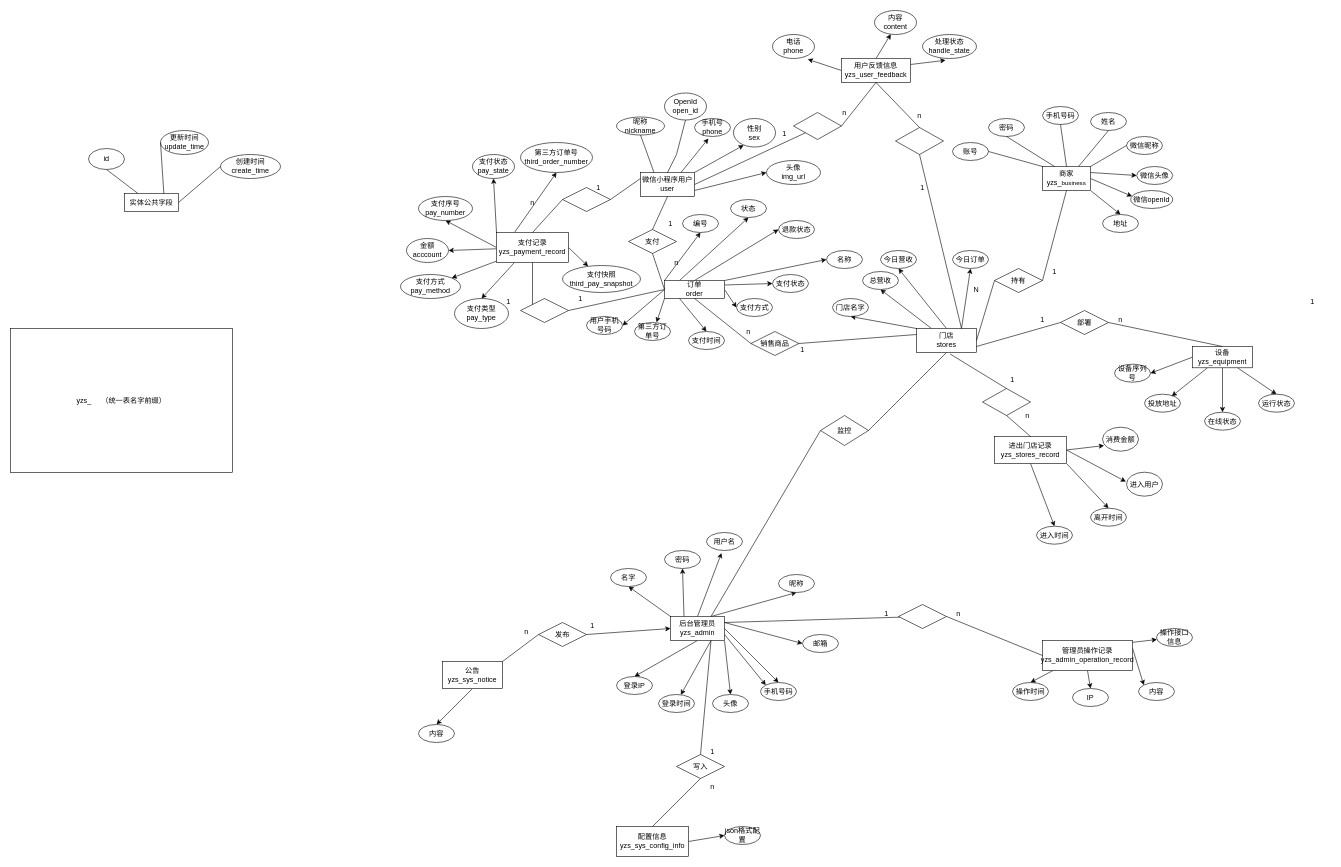
Above: 云值守.drawio in hxb-qwe/yunzhishou (draw.io), before the change. Source tidied: cells renumbered, new cells numbered last; positions are measured from the earlier drawing's top-left corner, leaving out a move shared by most shapes. Both pictures are drawn from the tidied source at 60%, with x=0, y=0 at pixel (10, 10).
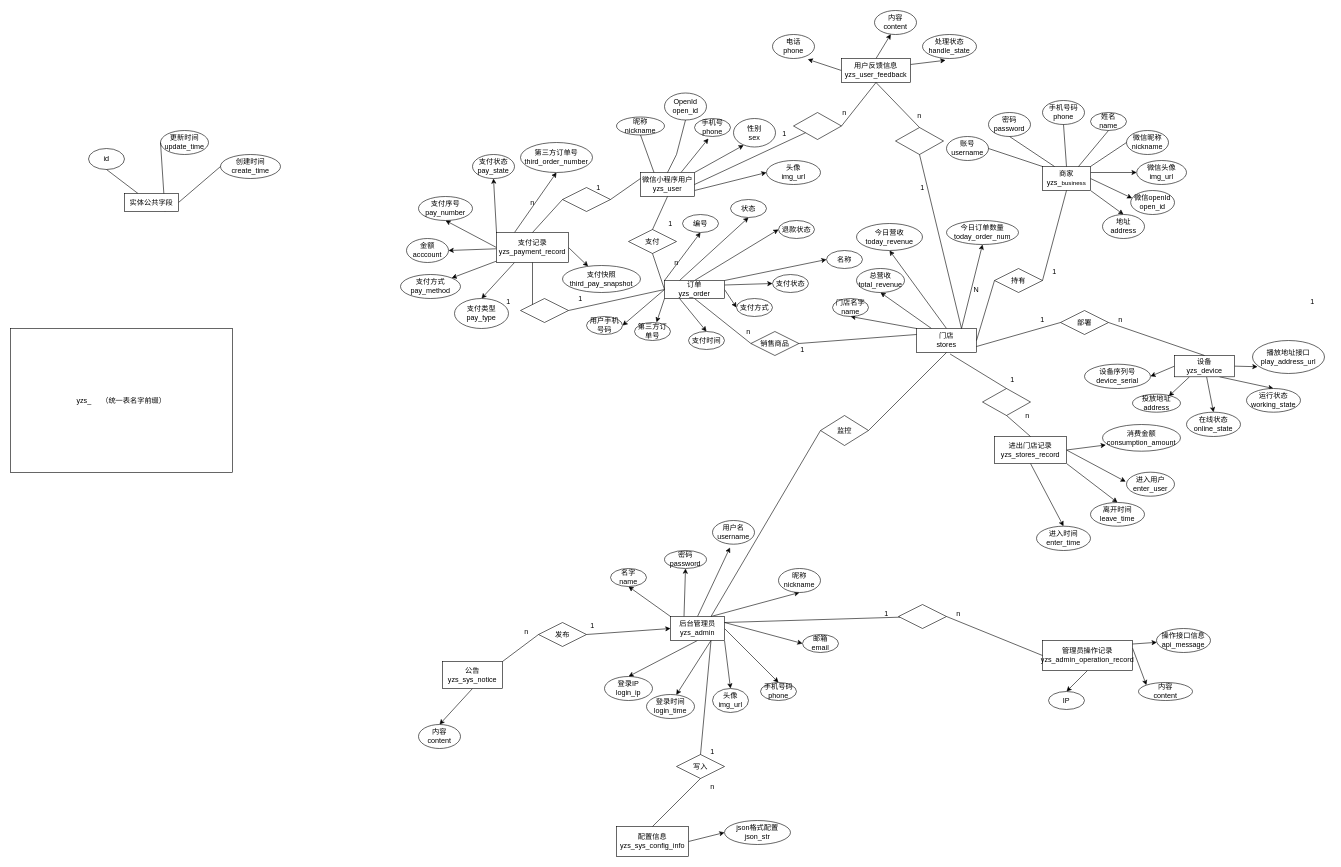
Above is the later version.

Commit message (it also covers changes not shown here):
更新云值守.drawio

Unchanged cells that the change refers to:
```xml
<mxCell id="66" value="后台管理员&lt;br&gt;yzs_admin" style="rounded=0;whiteSpace=wrap;html=1;" parent="1" vertex="1">
  <mxGeometry x="1100" y="1010" width="90" height="40" as="geometry" />
</mxCell>
```

Change to the diagram source:
```diff
@@
-    <mxCell id="5" value="微信小程序用户&lt;br&gt;user" style="rounded=0;whiteSpace=wrap;html=1;" parent="1" vertex="1">
+    <mxCell id="5" value="微信小程序用户&lt;br&gt;yzs_user" style="rounded=0;whiteSpace=wrap;html=1;" parent="1" vertex="1">
       <mxGeometry x="1050" y="270" width="90" height="40" as="geometry" />
     </mxCell>
@@
+    <mxCell id="207" style="edgeStyle=none;rounded=0;jettySize=auto;html=1;exitX=1;exitY=0.5;exitDx=0;exitDy=0;entryX=0.07;entryY=0.795;entryDx=0;entryDy=0;entryPerimeter=0;" parent="1" edge="1" source="24" target="208">
+      <mxGeometry relative="1" as="geometry" />
+    </mxCell>
-    <mxCell id="24" value="设备&lt;br&gt;yzs_equipment" style="rounded=0;whiteSpace=wrap;html=1;" parent="1" vertex="1">
-      <mxGeometry x="1970" y="560" width="100" height="35.5" as="geometry" />
+    <mxCell id="24" value="设备&lt;br&gt;yzs_device" style="rounded=0;whiteSpace=wrap;html=1;" parent="1" vertex="1">
+      <mxGeometry x="1940" y="575" width="100" height="35.5" as="geometry" />
     </mxCell>
@@
-    <mxCell id="38" value="账号" style="ellipse;whiteSpace=wrap;html=1;" parent="1" vertex="1">
-      <mxGeometry x="1570" y="220" width="60" height="30" as="geometry" />
+    <mxCell id="38" value="账号&lt;br&gt;username" style="ellipse;whiteSpace=wrap;html=1;" parent="1" vertex="1">
+      <mxGeometry x="1560" y="210" width="70" height="40" as="geometry" />
     </mxCell>
@@
-    <mxCell id="40" value="密码" style="ellipse;whiteSpace=wrap;html=1;" parent="1" vertex="1">
-      <mxGeometry x="1630" y="180" width="60" height="30" as="geometry" />
+    <mxCell id="40" value="密码&lt;br&gt;password" style="ellipse;whiteSpace=wrap;html=1;" parent="1" vertex="1">
+      <mxGeometry x="1630" y="170" width="70" height="40" as="geometry" />
     </mxCell>
@@
-    <mxCell id="42" value="手机号码" style="ellipse;whiteSpace=wrap;html=1;" parent="1" vertex="1">
-      <mxGeometry x="1720" y="160" width="60" height="30" as="geometry" />
+    <mxCell id="42" value="手机号码&lt;br&gt;phone" style="ellipse;whiteSpace=wrap;html=1;" parent="1" vertex="1">
+      <mxGeometry x="1720" y="150" width="70" height="40" as="geometry" />
     </mxCell>
@@
-    <mxCell id="44" value="姓名" style="ellipse;whiteSpace=wrap;html=1;" parent="1" vertex="1">
+    <mxCell id="44" value="姓名&lt;br&gt;name" style="ellipse;whiteSpace=wrap;html=1;" parent="1" vertex="1">
       <mxGeometry x="1800" y="170" width="60" height="30" as="geometry" />
     </mxCell>
@@
-    <mxCell id="46" value="微信昵称" style="ellipse;whiteSpace=wrap;html=1;" parent="1" vertex="1">
-      <mxGeometry x="1860" y="210" width="60" height="30" as="geometry" />
+    <mxCell id="46" value="微信昵称&lt;br&gt;nickname" style="ellipse;whiteSpace=wrap;html=1;" parent="1" vertex="1">
+      <mxGeometry x="1860" y="200" width="70" height="40" as="geometry" />
     </mxCell>
-    <mxCell id="47" value="微信头像" style="ellipse;whiteSpace=wrap;html=1;" parent="1" vertex="1">
-      <mxGeometry x="1877" y="260" width="60" height="30" as="geometry" />
+    <mxCell id="47" value="微信头像&lt;br&gt;img_url" style="ellipse;whiteSpace=wrap;html=1;" parent="1" vertex="1">
+      <mxGeometry x="1877" y="250" width="83" height="40" as="geometry" />
     </mxCell>
-    <mxCell id="48" value="微信openId" style="ellipse;whiteSpace=wrap;html=1;" parent="1" vertex="1">
-      <mxGeometry x="1867" y="300" width="70" height="30" as="geometry" />
+    <mxCell id="48" value="微信openId&lt;br&gt;open_id" style="ellipse;whiteSpace=wrap;html=1;" parent="1" vertex="1">
+      <mxGeometry x="1867" y="300" width="73" height="40" as="geometry" />
     </mxCell>
-    <mxCell id="49" value="地址" style="ellipse;whiteSpace=wrap;html=1;" parent="1" vertex="1">
-      <mxGeometry x="1820" y="340" width="60" height="30" as="geometry" />
+    <mxCell id="49" value="地址&lt;br&gt;address" style="ellipse;whiteSpace=wrap;html=1;" parent="1" vertex="1">
+      <mxGeometry x="1820" y="340" width="70" height="40" as="geometry" />
     </mxCell>
@@
-    <mxCell id="52" value="门店名字" style="ellipse;whiteSpace=wrap;html=1;" parent="1" vertex="1">
+    <mxCell id="52" value="门店名字&lt;br&gt;name" style="ellipse;whiteSpace=wrap;html=1;" parent="1" vertex="1">
       <mxGeometry x="1370" y="480" width="60" height="30" as="geometry" />
     </mxCell>
-    <mxCell id="53" value="总营收" style="ellipse;whiteSpace=wrap;html=1;" parent="1" vertex="1">
-      <mxGeometry x="1420" y="435" width="60" height="30" as="geometry" />
+    <mxCell id="53" value="总营收&lt;br&gt;total_revenue" style="ellipse;whiteSpace=wrap;html=1;" parent="1" vertex="1">
+      <mxGeometry x="1410" y="430" width="80" height="40" as="geometry" />
     </mxCell>
-    <mxCell id="54" value="今日营收" style="ellipse;whiteSpace=wrap;html=1;" parent="1" vertex="1">
-      <mxGeometry x="1450" y="400" width="60" height="30" as="geometry" />
+    <mxCell id="54" value="今日营收&lt;br&gt;today_revenue" style="ellipse;whiteSpace=wrap;html=1;" parent="1" vertex="1">
+      <mxGeometry x="1410" y="355" width="110" height="45" as="geometry" />
     </mxCell>
-    <mxCell id="55" value="今日订单" style="ellipse;whiteSpace=wrap;html=1;" parent="1" vertex="1">
-      <mxGeometry x="1570" y="400" width="60" height="30" as="geometry" />
+    <mxCell id="55" value="今日订单数量&lt;br&gt;today_order_num" style="ellipse;whiteSpace=wrap;html=1;" parent="1" vertex="1">
+      <mxGeometry x="1560" y="350" width="120" height="40" as="geometry" />
     </mxCell>
@@
-    <mxCell id="61" style="edgeStyle=none;rounded=0;jettySize=auto;html=1;exitX=1;exitY=0.75;exitDx=0;exitDy=0;entryX=0;entryY=0;entryDx=0;entryDy=0;" parent="1" edge="1" source="66" target="71">
-      <mxGeometry relative="1" as="geometry" />
-    </mxCell>
@@
-    <mxCell id="67" value="用户名" style="ellipse;whiteSpace=wrap;html=1;" parent="1" vertex="1">
-      <mxGeometry x="1160" y="870" width="60" height="30" as="geometry" />
+    <mxCell id="67" value="用户名&lt;br&gt;username" style="ellipse;whiteSpace=wrap;html=1;" parent="1" vertex="1">
+      <mxGeometry x="1170" y="850" width="70" height="39.5" as="geometry" />
     </mxCell>
-    <mxCell id="68" value="昵称" style="ellipse;whiteSpace=wrap;html=1;" parent="1" vertex="1">
-      <mxGeometry x="1280" y="940" width="60" height="30" as="geometry" />
+    <mxCell id="68" value="昵称&lt;br&gt;nickname" style="ellipse;whiteSpace=wrap;html=1;" parent="1" vertex="1">
+      <mxGeometry x="1280" y="930" width="70" height="40" as="geometry" />
     </mxCell>
-    <mxCell id="69" value="密码" style="ellipse;whiteSpace=wrap;html=1;" parent="1" vertex="1">
-      <mxGeometry x="1090" y="900" width="60" height="30" as="geometry" />
+    <mxCell id="69" value="密码&lt;br&gt;password" style="ellipse;whiteSpace=wrap;html=1;" parent="1" vertex="1">
+      <mxGeometry x="1090" y="900" width="70" height="30" as="geometry" />
     </mxCell>
-    <mxCell id="70" value="邮箱" style="ellipse;whiteSpace=wrap;html=1;" parent="1" vertex="1">
+    <mxCell id="70" value="邮箱&lt;br&gt;email" style="ellipse;whiteSpace=wrap;html=1;" parent="1" vertex="1">
       <mxGeometry x="1320" y="1040" width="60" height="30" as="geometry" />
     </mxCell>
-    <mxCell id="71" value="手机号码" style="ellipse;whiteSpace=wrap;html=1;" parent="1" vertex="1">
+    <mxCell id="71" value="手机号码&lt;br&gt;phone" style="ellipse;whiteSpace=wrap;html=1;" parent="1" vertex="1">
       <mxGeometry x="1250" y="1120" width="60" height="30" as="geometry" />
     </mxCell>
-    <mxCell id="72" value="头像" style="ellipse;whiteSpace=wrap;html=1;" parent="1" vertex="1">
-      <mxGeometry x="1170" y="1140" width="60" height="30" as="geometry" />
+    <mxCell id="72" value="头像&lt;br&gt;img_url" style="ellipse;whiteSpace=wrap;html=1;" parent="1" vertex="1">
+      <mxGeometry x="1170" y="1130" width="60" height="40" as="geometry" />
     </mxCell>
-    <mxCell id="73" value="登录时间" style="ellipse;whiteSpace=wrap;html=1;" parent="1" vertex="1">
-      <mxGeometry x="1080" y="1140" width="60" height="30" as="geometry" />
+    <mxCell id="73" value="登录时间&lt;br&gt;login_time" style="ellipse;whiteSpace=wrap;html=1;" parent="1" vertex="1">
+      <mxGeometry x="1060" y="1140" width="80" height="40" as="geometry" />
     </mxCell>
-    <mxCell id="74" value="登录IP" style="ellipse;whiteSpace=wrap;html=1;" parent="1" vertex="1">
-      <mxGeometry x="1010" y="1110" width="60" height="30" as="geometry" />
+    <mxCell id="74" value="登录IP&lt;br&gt;login_ip" style="ellipse;whiteSpace=wrap;html=1;" parent="1" vertex="1">
+      <mxGeometry x="990" y="1110" width="80" height="40" as="geometry" />
     </mxCell>
-    <mxCell id="75" value="名字" style="ellipse;whiteSpace=wrap;html=1;" parent="1" vertex="1">
+    <mxCell id="75" value="名字&lt;br&gt;name" style="ellipse;whiteSpace=wrap;html=1;" parent="1" vertex="1">
       <mxGeometry x="1000" y="930" width="60" height="30" as="geometry" />
     </mxCell>
@@
-    <mxCell id="85" value="订单&lt;br&gt;order" style="rounded=0;whiteSpace=wrap;html=1;" parent="1" vertex="1">
+    <mxCell id="85" value="订单&lt;br&gt;yzs_order" style="rounded=0;whiteSpace=wrap;html=1;" parent="1" vertex="1">
       <mxGeometry x="1090" y="450" width="100" height="30" as="geometry" />
     </mxCell>
@@
-    <mxCell id="110" value="进入时间" style="ellipse;whiteSpace=wrap;html=1;" parent="1" vertex="1">
-      <mxGeometry x="1710" y="859.5" width="60" height="30" as="geometry" />
+    <mxCell id="110" value="进入时间&lt;br&gt;enter_time" style="ellipse;whiteSpace=wrap;html=1;" parent="1" vertex="1">
+      <mxGeometry x="1710" y="859.5" width="90" height="40.5" as="geometry" />
     </mxCell>
-    <mxCell id="111" value="离开时间" style="ellipse;whiteSpace=wrap;html=1;" parent="1" vertex="1">
-      <mxGeometry x="1800" y="829.5" width="60" height="30" as="geometry" />
+    <mxCell id="111" value="离开时间&lt;br&gt;leave_time" style="ellipse;whiteSpace=wrap;html=1;" parent="1" vertex="1">
+      <mxGeometry x="1800" y="820" width="90" height="39.5" as="geometry" />
     </mxCell>
-    <mxCell id="112" value="进入用户" style="ellipse;whiteSpace=wrap;html=1;" parent="1" vertex="1">
-      <mxGeometry x="1860" y="769.5" width="60" height="40" as="geometry" />
+    <mxCell id="112" value="进入用户&lt;br&gt;enter_user" style="ellipse;whiteSpace=wrap;html=1;" parent="1" vertex="1">
+      <mxGeometry x="1860" y="769.5" width="80" height="40" as="geometry" />
     </mxCell>
-    <mxCell id="113" value="消费金额" style="ellipse;whiteSpace=wrap;html=1;" parent="1" vertex="1">
-      <mxGeometry x="1820" y="694.5" width="60" height="40" as="geometry" />
+    <mxCell id="113" value="消费金额&lt;br&gt;consumption_amount" style="ellipse;whiteSpace=wrap;html=1;" parent="1" vertex="1">
+      <mxGeometry x="1820" y="690" width="130" height="44.5" as="geometry" />
     </mxCell>
@@
-    <mxCell id="116" style="edgeStyle=none;rounded=0;jettySize=auto;html=1;entryX=0.5;entryY=0;entryDx=0;entryDy=0;" parent="1" edge="1" target="122">
-      <mxGeometry relative="1" as="geometry">
-        <mxPoint x="1775" y="1080" as="sourcePoint" />
-      </mxGeometry>
-    </mxCell>
@@
-    <mxCell id="119" value="操作接口信息" style="ellipse;whiteSpace=wrap;html=1;" parent="1" vertex="1">
-      <mxGeometry x="1910" y="1030" width="60" height="30" as="geometry" />
+    <mxCell id="119" value="操作接口信息&lt;br&gt;api_message" style="ellipse;whiteSpace=wrap;html=1;" parent="1" vertex="1">
+      <mxGeometry x="1910" y="1030" width="90" height="40" as="geometry" />
     </mxCell>
-    <mxCell id="120" value="内容" style="ellipse;whiteSpace=wrap;html=1;" parent="1" vertex="1">
-      <mxGeometry x="1880" y="1120" width="60" height="30" as="geometry" />
+    <mxCell id="120" value="内容&lt;br&gt;content" style="ellipse;whiteSpace=wrap;html=1;" parent="1" vertex="1">
+      <mxGeometry x="1880" y="1120" width="90" height="30" as="geometry" />
     </mxCell>
     <mxCell id="121" value="IP" style="ellipse;whiteSpace=wrap;html=1;" parent="1" vertex="1">
-      <mxGeometry x="1770" y="1130" width="60" height="30" as="geometry" />
+      <mxGeometry x="1730" y="1135" width="60" height="30" as="geometry" />
     </mxCell>
-    <mxCell id="122" value="操作时间" style="ellipse;whiteSpace=wrap;html=1;" parent="1" vertex="1">
-      <mxGeometry x="1670" y="1120" width="60" height="30" as="geometry" />
-    </mxCell>
@@
-    <mxCell id="170" value="内容" style="ellipse;whiteSpace=wrap;html=1;" parent="1" vertex="1">
-      <mxGeometry x="680" y="1190" width="60" height="30" as="geometry" />
+    <mxCell id="170" value="内容&lt;br&gt;content" style="ellipse;whiteSpace=wrap;html=1;" parent="1" vertex="1">
+      <mxGeometry x="680" y="1190" width="70" height="40" as="geometry" />
     </mxCell>
-    <mxCell id="171" value="设备序列号" style="ellipse;whiteSpace=wrap;html=1;" parent="1" vertex="1">
-      <mxGeometry x="1840" y="589.5" width="60" height="30" as="geometry" />
+    <mxCell id="171" value="设备序列号&lt;br&gt;device_serial" style="ellipse;whiteSpace=wrap;html=1;" parent="1" vertex="1">
+      <mxGeometry x="1790" y="589.5" width="110" height="40.5" as="geometry" />
     </mxCell>
-    <mxCell id="172" value="投放地址" style="ellipse;whiteSpace=wrap;html=1;" parent="1" vertex="1">
-      <mxGeometry x="1890" y="639.5" width="60" height="30" as="geometry" />
+    <mxCell id="172" value="投放地址&lt;br&gt;address" style="ellipse;whiteSpace=wrap;html=1;" parent="1" vertex="1">
+      <mxGeometry x="1870" y="639.5" width="80" height="30" as="geometry" />
     </mxCell>
-    <mxCell id="173" value="在线状态" style="ellipse;whiteSpace=wrap;html=1;" parent="1" vertex="1">
-      <mxGeometry x="1990" y="669.5" width="60" height="30" as="geometry" />
+    <mxCell id="173" value="在线状态&lt;br&gt;online_state" style="ellipse;whiteSpace=wrap;html=1;" parent="1" vertex="1">
+      <mxGeometry x="1960" y="669.5" width="90" height="40.5" as="geometry" />
     </mxCell>
-    <mxCell id="174" value="运行状态" style="ellipse;whiteSpace=wrap;html=1;" parent="1" vertex="1">
-      <mxGeometry x="2080" y="639.5" width="60" height="30" as="geometry" />
+    <mxCell id="174" value="运行状态&lt;br&gt;working_state" style="ellipse;whiteSpace=wrap;html=1;" parent="1" vertex="1">
+      <mxGeometry x="2060" y="630" width="90" height="39.5" as="geometry" />
     </mxCell>
@@
-    <mxCell id="180" value="json格式配置" style="ellipse;whiteSpace=wrap;html=1;" parent="1" vertex="1">
-      <mxGeometry x="1190" y="1360" width="60" height="30" as="geometry" />
+    <mxCell id="180" value="json格式配置&lt;br&gt;json_str" style="ellipse;whiteSpace=wrap;html=1;" parent="1" vertex="1">
+      <mxGeometry x="1190" y="1350" width="110" height="40" as="geometry" />
     </mxCell>
@@
+    <mxCell id="208" value="播放地址接口&lt;br&gt;play_address_url" style="ellipse;whiteSpace=wrap;html=1;" parent="1" vertex="1">
+      <mxGeometry x="2070" y="550" width="120" height="55" as="geometry" />
+    </mxCell>
```
